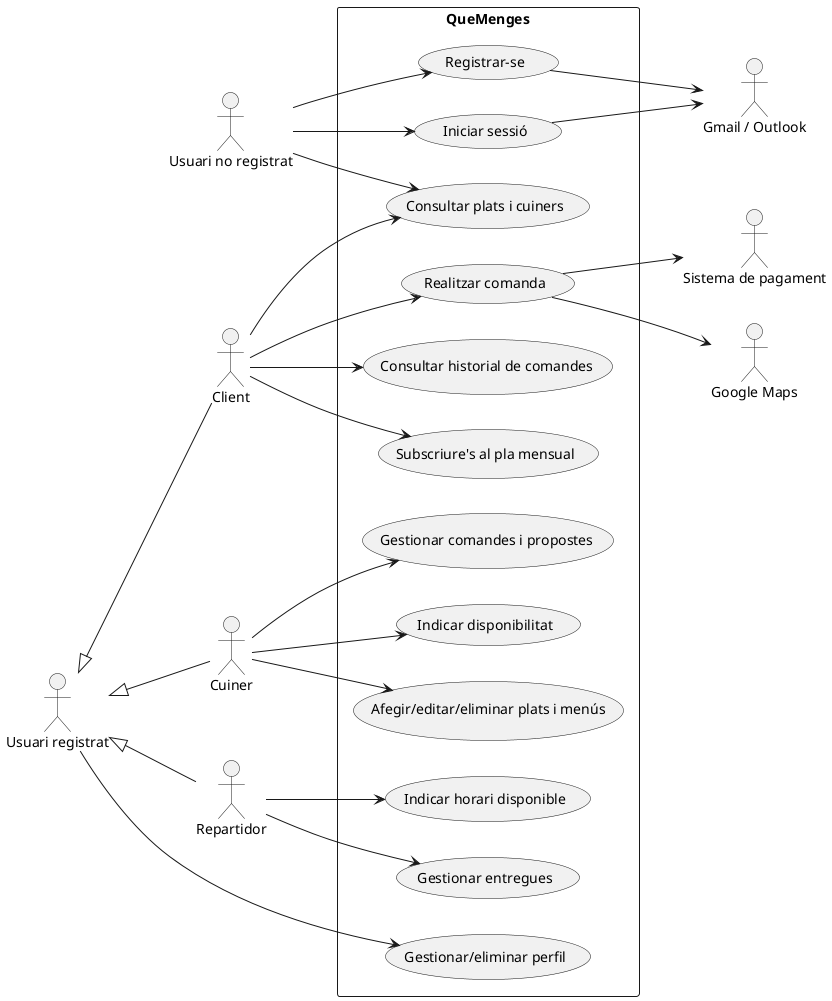
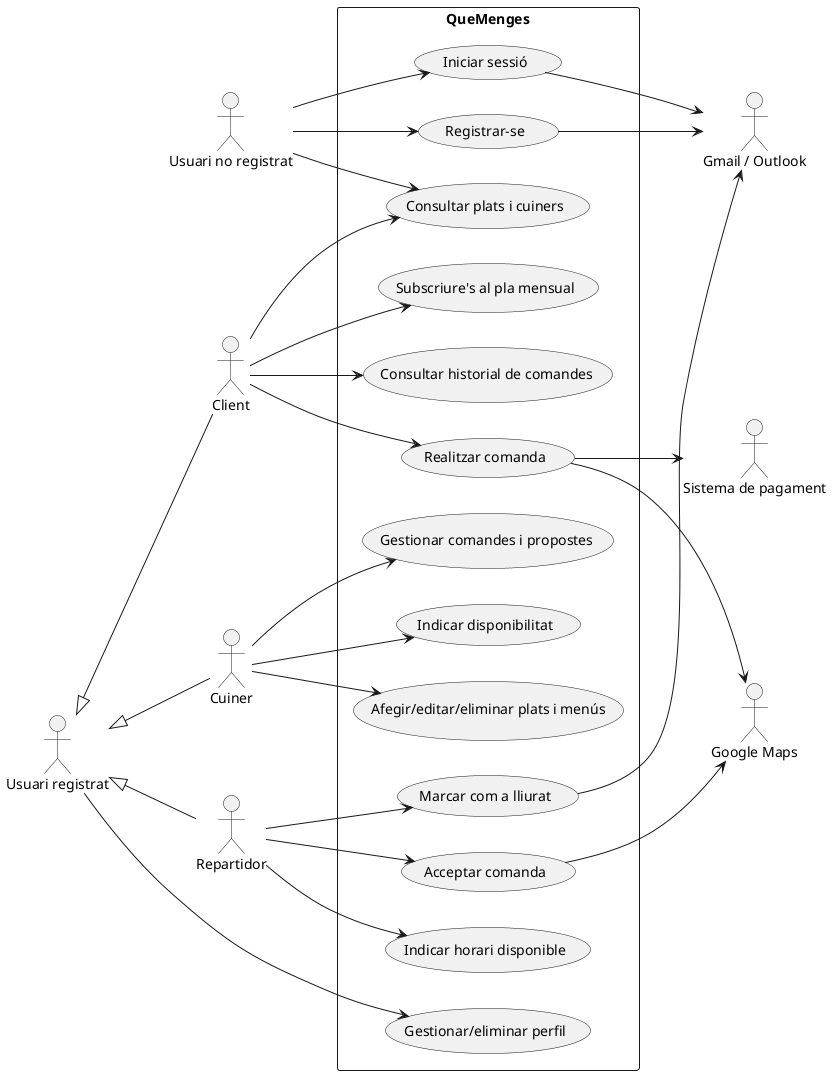
@startuml
left to right direction

actor "Usuari no registrat" as UNR
actor "Usuari registrat" as UR
actor "Client" as C
actor "Cuiner" as CU
actor "Repartidor" as R

rectangle "QueMenges" {
  usecase "Registrar-se" as UC1
  usecase "Iniciar sessió" as UC2
  usecase "Consultar plats i cuiners" as UC13

  usecase "Gestionar/eliminar perfil" as UC3

  usecase "Realitzar comanda" as UC6
  usecase "Consultar historial de comandes" as UC7
  usecase "Subscriure's al pla mensual" as UC8

  usecase "Gestionar comandes i propostes" as UC9
  usecase "Indicar disponibilitat" as UC10

-   usecase "Gestionar entregues" as UC11
+   usecase "Acceptar comanda" as UC11
+   usecase "Marcar com a lliurat" as UC15
  usecase "Indicar horari disponible" as UC12
- 

  usecase "Afegir/editar/eliminar plats i menús" as UC14
}

actor "Gmail / Outlook" as MAIL
actor "Sistema de pagament" as PAG
actor "Google Maps" as MAPS

UR <|-- C
UR <|-- CU
UR <|-- R

UNR --> UC1
UNR --> UC2
UNR --> UC13

UR --> UC3

C --> UC13
C --> UC6
C --> UC7
C --> UC8

CU --> UC9
CU --> UC10
CU --> UC14

R --> UC11
+ R --> UC15
R --> UC12

UC1 --> MAIL
UC2 --> MAIL
+ UC15 --> MAIL
UC6 --> PAG
UC6 --> MAPS
+ UC11 --> MAPS

@enduml